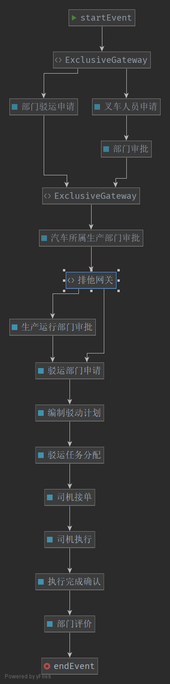
This is src/main/resources/activiti/flatCarPlanTask.png from Dillon-Duke/jiangnanship, a BPMN export, as it was before one commit. Its source is kept beside it as src/main/resources/activiti/flatCarPlanTask.bpmn. Ids are renumbered.
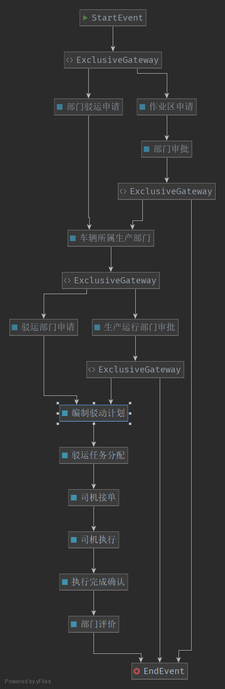
After the commit.

Change to the diagram source:
```diff
@@ -13,46 +13,73 @@
              typeLanguage="http://www.w3.org/2001/XMLSchema">
-   <process id="flatCarPlanTask" isClosed="false" isExecutable="true"
-            name="平板车计划流程申请"
+   <process xmlns="" id="latCarPlanTask" isClosed="false" isExecutable="true"
+            name="平板车计划任务申请"
             processType="None">
-      <startEvent id="_2" name="startEvent"/>
-      <userTask activiti:assignee="司机" activiti:exclusive="true" id="_3" name="叉车人员申请"/>
-      <userTask activiti:exclusive="true" id="_4" name="部门审批"/>
-      <sequenceFlow id="_6" sourceRef="_3" targetRef="_4"/>
-      <userTask activiti:exclusive="true" id="_7" name="部门驳运申请"/>
-      <userTask activiti:exclusive="true" id="_11" name="汽车所属生产部门审批"/>
-      <exclusiveGateway gatewayDirection="Unspecified" id="_14" name="排他网关"/>
-      <userTask activiti:exclusive="true" id="_15" name="生产运行部门审批"/>
-      <userTask activiti:exclusive="true" id="_16" name="驳运部门申请"/>
-      <sequenceFlow id="_17" name="汽车生产部门不同意审批" sourceRef="_14" targetRef="_15">
-         <conditionExpression xsi:type="tFormalExpression">
-        </conditionExpression>
+      <startEvent id="_2" name="StartEvent"/>
+      <endEvent id="_3" name="EndEvent"/>
+      <userTask activiti:assignee="${operationAreaName}" activiti:exclusive="true" id="_4"
+                name="作业区申请"/>
+      <userTask activiti:assignee="${deptTransName}" activiti:exclusive="true" id="_5"
+                name="部门驳运申请"/>
+      <exclusiveGateway gatewayDirection="Unspecified" id="_6" name="ExclusiveGateway"/>
+      <sequenceFlow id="_7" sourceRef="_2" targetRef="_6"/>
+      <sequenceFlow id="_8" sourceRef="_6" targetRef="_4">
+         <conditionExpression xsi:type="tFormalExpression">${dept == '作业区申请'}</conditionExpression>
       </sequenceFlow>
-      <sequenceFlow id="_18" name="汽车生产部门同意审批" sourceRef="_14" targetRef="_16">
-         <conditionExpression xsi:type="tFormalExpression">
-        </conditionExpression>
+      <sequenceFlow id="_9" sourceRef="_6" targetRef="_5">
+         <conditionExpression xsi:type="tFormalExpression">${dept == '部门驳运申请'}</conditionExpression>
       </sequenceFlow>
-      <sequenceFlow id="_19" sourceRef="_15" targetRef="_16"/>
-      <sequenceFlow id="_20" sourceRef="_11" targetRef="_14"/>
-      <userTask activiti:exclusive="true" id="_21" name="编制驳动计划"/>
-      <sequenceFlow id="_22" sourceRef="_16" targetRef="_21"/>
-      <userTask activiti:exclusive="true" id="_23" name="驳运任务分配"/>
-      <sequenceFlow id="_24" sourceRef="_21" targetRef="_23"/>
-      <userTask activiti:exclusive="true" id="_25" name="司机接单"/>
-      <sequenceFlow id="_26" sourceRef="_23" targetRef="_25"/>
-      <userTask activiti:exclusive="true" id="_27" name="司机执行"/>
-      <userTask activiti:exclusive="true" id="_28" name="执行完成确认"/>
-      <userTask activiti:exclusive="true" id="_29" name="部门评价"/>
-      <endEvent id="_31" name="endEvent"/>
-      <sequenceFlow id="_32" sourceRef="_25" targetRef="_27"/>
-      <sequenceFlow id="_33" sourceRef="_29" targetRef="_31"/>
-      <sequenceFlow id="_34" sourceRef="_28" targetRef="_29"/>
-      <sequenceFlow id="_35" sourceRef="_27" targetRef="_28"/>
-      <exclusiveGateway gatewayDirection="Unspecified" id="_30" name="ExclusiveGateway"/>
+      <userTask activiti:assignee="${deptApproval}" activiti:exclusive="true" id="_10"
+                name="部门审批"/>
+      <sequenceFlow id="_11" sourceRef="_4" targetRef="_10"/>
+      <userTask activiti:assignee="${prodDepartOfCar}" activiti:exclusive="true" id="_12"
+                name="车辆所属生产部门"/>
+      <sequenceFlow id="_13" sourceRef="_5" targetRef="_12"/>
+      <exclusiveGateway gatewayDirection="Unspecified" id="_15" name="ExclusiveGateway"/>
+      <sequenceFlow id="_16" sourceRef="_12" targetRef="_15"/>
+      <userTask activiti:assignee="${ProdAndOperDepartApproval}" activiti:exclusive="true"
+                id="_17"
+                name="生产运行部门审批"/>
+      <userTask activiti:assignee="${tranDeptApproval}" activiti:exclusive="true" id="_18"
+                name="驳运部门申请"/>
+      <sequenceFlow id="_19" sourceRef="_15" targetRef="_17">
+         <conditionExpression xsi:type="tFormalExpression">${ProdAndOperDepartOpin == '否'}</conditionExpression>
+      </sequenceFlow>
+      <sequenceFlow id="_20" sourceRef="_15" targetRef="_18">
+         <conditionExpression xsi:type="tFormalExpression">${ProdAndOperDepartOpin == '是'}</conditionExpression>
+      </sequenceFlow>
+      <userTask activiti:assignee="${prepareTranPlan}" activiti:exclusive="true" id="_21"
+                name="编制驳动计划"/>
+      <sequenceFlow id="_22" sourceRef="_18" targetRef="_21"/>
+      <userTask activiti:assignee="${tranTaskDistribut}" activiti:exclusive="true" id="_24"
+                name="驳运任务分配"/>
+      <sequenceFlow id="_25" sourceRef="_21" targetRef="_24"/>
+      <userTask activiti:assignee="${driverOrderTaking}" activiti:exclusive="true" id="_26"
+                name="司机接单"/>
+      <sequenceFlow id="_27" sourceRef="_24" targetRef="_26"/>
+      <userTask activiti:assignee="${driverTaking}" activiti:exclusive="true" id="_28"
+                name="司机执行"/>
+      <userTask activiti:assignee="${complateConfirm}" activiti:exclusive="true" id="_29"
+                name="执行完成确认"/>
+      <userTask activiti:assignee="${deptEvaluate}" activiti:exclusive="true" id="_30"
+                name="部门评价"/>
+      <sequenceFlow id="_31" sourceRef="_26" targetRef="_28"/>
+      <sequenceFlow id="_32" sourceRef="_28" targetRef="_29"/>
+      <sequenceFlow id="_33" sourceRef="_29" targetRef="_30"/>
+      <sequenceFlow id="_34" sourceRef="_30" targetRef="_3"/>
+      <exclusiveGateway gatewayDirection="Unspecified" id="_35" name="ExclusiveGateway"/>
       <exclusiveGateway gatewayDirection="Unspecified" id="_36" name="ExclusiveGateway"/>
-      <sequenceFlow id="_37" sourceRef="_30" targetRef="_11"/>
-      <sequenceFlow id="_38" sourceRef="_4" targetRef="_30"/>
-      <sequenceFlow id="_39" sourceRef="_7" targetRef="_30"/>
-      <sequenceFlow id="_40" sourceRef="_2" targetRef="_36"/>
-      <sequenceFlow id="_41" sourceRef="_36" targetRef="_3"/>
-      <sequenceFlow id="_5" sourceRef="_36" targetRef="_7"/>
+      <sequenceFlow id="_37" sourceRef="_10" targetRef="_35"/>
+      <sequenceFlow id="_38" sourceRef="_35" targetRef="_12">
+         <conditionExpression xsi:type="tFormalExpression">${deptApprovalOpinion == '同意'}</conditionExpression>
+      </sequenceFlow>
+      <sequenceFlow id="_39" sourceRef="_35" targetRef="_3">
+         <conditionExpression xsi:type="tFormalExpression">${deptApprovalOpinion == '不同意'}</conditionExpression>
+      </sequenceFlow>
+      <sequenceFlow id="_40" sourceRef="_17" targetRef="_36"/>
+      <sequenceFlow id="_41" sourceRef="_36" targetRef="_21">
+         <conditionExpression xsi:type="tFormalExpression">${ProdAndOperDepartApprovalOpinion == '同意'}</conditionExpression>
+      </sequenceFlow>
+      <sequenceFlow id="_42" sourceRef="_36" targetRef="_3">
+         <conditionExpression xsi:type="tFormalExpression">${ProdAndOperDepartApprovalOpinion == '不同意'}</conditionExpression>
+      </sequenceFlow>
    </process>
@@ -62,5 +89,5 @@
                        name="New Diagram">
-      <bpmndi:BPMNPlane bpmnElement="flatCarPlanTask">
+      <bpmndi:BPMNPlane bpmnElement="latCarPlanTask">
          <bpmndi:BPMNShape bpmnElement="_2" id="Shape-_2">
-            <dc:Bounds height="32.0" width="32.0" x="150.0" y="5.0"/>
+            <dc:Bounds height="32.0" width="32.0" x="25.0" y="90.0"/>
             <bpmndi:BPMNLabel>
@@ -70,3 +97,9 @@
          <bpmndi:BPMNShape bpmnElement="_3" id="Shape-_3">
-            <dc:Bounds height="55.0" width="85.0" x="60.0" y="130.0"/>
+            <dc:Bounds height="32.0" width="32.0" x="380.0" y="405.0"/>
+            <bpmndi:BPMNLabel>
+               <dc:Bounds height="32.0" width="32.0" x="0.0" y="0.0"/>
+            </bpmndi:BPMNLabel>
+         </bpmndi:BPMNShape>
+         <bpmndi:BPMNShape bpmnElement="_4" id="Shape-_4">
+            <dc:Bounds height="55.0" width="85.0" x="205.0" y="135.0"/>
             <bpmndi:BPMNLabel>
@@ -75,4 +108,4 @@
          </bpmndi:BPMNShape>
-         <bpmndi:BPMNShape bpmnElement="_4" id="Shape-_4">
-            <dc:Bounds height="55.0" width="85.0" x="60.0" y="210.0"/>
+         <bpmndi:BPMNShape bpmnElement="_5" id="Shape-_5">
+            <dc:Bounds height="55.0" width="85.0" x="210.0" y="35.0"/>
             <bpmndi:BPMNLabel>
@@ -81,4 +114,10 @@
          </bpmndi:BPMNShape>
-         <bpmndi:BPMNShape bpmnElement="_7" id="Shape-_7">
-            <dc:Bounds height="55.0" width="85.0" x="215.0" y="145.0"/>
+         <bpmndi:BPMNShape bpmnElement="_6" id="Shape-_6" isMarkerVisible="false">
+            <dc:Bounds height="32.0" width="32.0" x="100.0" y="90.0"/>
+            <bpmndi:BPMNLabel>
+               <dc:Bounds height="32.0" width="32.0" x="0.0" y="0.0"/>
+            </bpmndi:BPMNLabel>
+         </bpmndi:BPMNShape>
+         <bpmndi:BPMNShape bpmnElement="_10" id="Shape-_10">
+            <dc:Bounds height="55.0" width="85.0" x="205.0" y="220.0"/>
             <bpmndi:BPMNLabel>
@@ -87,4 +126,4 @@
          </bpmndi:BPMNShape>
-         <bpmndi:BPMNShape bpmnElement="_11" id="Shape-_11">
-            <dc:Bounds height="55.0" width="85.0" x="60.0" y="365.0"/>
+         <bpmndi:BPMNShape bpmnElement="_12" id="Shape-_12">
+            <dc:Bounds height="55.0" width="85.0" x="420.0" y="35.0"/>
             <bpmndi:BPMNLabel>
@@ -93,4 +132,4 @@
          </bpmndi:BPMNShape>
-         <bpmndi:BPMNShape bpmnElement="_14" id="Shape-_14" isMarkerVisible="false">
-            <dc:Bounds height="32.0" width="32.0" x="90.0" y="460.0"/>
+         <bpmndi:BPMNShape bpmnElement="_15" id="Shape-_15" isMarkerVisible="false">
+            <dc:Bounds height="32.0" width="32.0" x="540.0" y="95.0"/>
             <bpmndi:BPMNLabel>
@@ -99,4 +138,4 @@
          </bpmndi:BPMNShape>
-         <bpmndi:BPMNShape bpmnElement="_15" id="Shape-_15">
-            <dc:Bounds height="55.0" width="85.0" x="65.0" y="575.0"/>
+         <bpmndi:BPMNShape bpmnElement="_17" id="Shape-_17">
+            <dc:Bounds height="55.0" width="85.0" x="705.0" y="130.0"/>
             <bpmndi:BPMNLabel>
@@ -105,4 +144,4 @@
          </bpmndi:BPMNShape>
-         <bpmndi:BPMNShape bpmnElement="_16" id="Shape-_16">
-            <dc:Bounds height="55.0" width="85.0" x="65.0" y="660.0"/>
+         <bpmndi:BPMNShape bpmnElement="_18" id="Shape-_18">
+            <dc:Bounds height="55.0" width="85.0" x="730.0" y="40.0"/>
             <bpmndi:BPMNLabel>
@@ -112,3 +151,3 @@
          <bpmndi:BPMNShape bpmnElement="_21" id="Shape-_21">
-            <dc:Bounds height="55.0" width="85.0" x="65.0" y="750.0"/>
+            <dc:Bounds height="55.0" width="85.0" x="915.0" y="95.0"/>
             <bpmndi:BPMNLabel>
@@ -117,4 +156,4 @@
          </bpmndi:BPMNShape>
-         <bpmndi:BPMNShape bpmnElement="_23" id="Shape-_23">
-            <dc:Bounds height="55.0" width="85.0" x="70.0" y="835.0"/>
+         <bpmndi:BPMNShape bpmnElement="_24" id="Shape-_24">
+            <dc:Bounds height="55.0" width="85.0" x="915.0" y="200.0"/>
             <bpmndi:BPMNLabel>
@@ -123,10 +162,4 @@
          </bpmndi:BPMNShape>
-         <bpmndi:BPMNShape bpmnElement="_25" id="Shape-_25">
-            <dc:Bounds height="55.0" width="85.0" x="70.0" y="915.0"/>
-            <bpmndi:BPMNLabel>
-               <dc:Bounds height="55.0" width="85.0" x="0.0" y="0.0"/>
-            </bpmndi:BPMNLabel>
-         </bpmndi:BPMNShape>
-         <bpmndi:BPMNShape bpmnElement="_27" id="Shape-_27">
-            <dc:Bounds height="55.0" width="85.0" x="210.0" y="745.0"/>
+         <bpmndi:BPMNShape bpmnElement="_26" id="Shape-_26">
+            <dc:Bounds height="55.0" width="85.0" x="915.0" y="305.0"/>
             <bpmndi:BPMNLabel>
@@ -136,3 +169,3 @@
          <bpmndi:BPMNShape bpmnElement="_28" id="Shape-_28">
-            <dc:Bounds height="55.0" width="85.0" x="210.0" y="830.0"/>
+            <dc:Bounds height="55.0" width="85.0" x="915.0" y="395.0"/>
             <bpmndi:BPMNLabel>
@@ -142,3 +175,3 @@
          <bpmndi:BPMNShape bpmnElement="_29" id="Shape-_29">
-            <dc:Bounds height="55.0" width="85.0" x="215.0" y="905.0"/>
+            <dc:Bounds height="55.0" width="85.0" x="740.0" y="395.0"/>
             <bpmndi:BPMNLabel>
@@ -147,10 +180,10 @@
          </bpmndi:BPMNShape>
-         <bpmndi:BPMNShape bpmnElement="_31" id="Shape-_31">
-            <dc:Bounds height="32.0" width="32.0" x="240.0" y="1020.0"/>
+         <bpmndi:BPMNShape bpmnElement="_30" id="Shape-_30">
+            <dc:Bounds height="55.0" width="85.0" x="590.0" y="395.0"/>
             <bpmndi:BPMNLabel>
-               <dc:Bounds height="32.0" width="32.0" x="0.0" y="0.0"/>
+               <dc:Bounds height="55.0" width="85.0" x="0.0" y="0.0"/>
             </bpmndi:BPMNLabel>
          </bpmndi:BPMNShape>
-         <bpmndi:BPMNShape bpmnElement="_30" id="Shape-_30" isMarkerVisible="false">
-            <dc:Bounds height="32.0" width="32.0" x="85.0" y="295.0"/>
+         <bpmndi:BPMNShape bpmnElement="_35" id="Shape-_35" isMarkerVisible="false">
+            <dc:Bounds height="32.0" width="32.0" x="360.0" y="230.0"/>
             <bpmndi:BPMNLabel>
@@ -160,3 +193,3 @@
          <bpmndi:BPMNShape bpmnElement="_36" id="Shape-_36" isMarkerVisible="false">
-            <dc:Bounds height="32.0" width="32.0" x="150.0" y="55.0"/>
+            <dc:Bounds height="32.0" width="32.0" x="735.0" y="230.0"/>
             <bpmndi:BPMNLabel>
@@ -165,5 +198,5 @@
          </bpmndi:BPMNShape>
-         <bpmndi:BPMNEdge bpmnElement="_35" id="BPMNEdge__35" sourceElement="_27" targetElement="_28">
-            <di:waypoint x="252.5" y="800.0"/>
-            <di:waypoint x="252.5" y="830.0"/>
+         <bpmndi:BPMNEdge bpmnElement="_13" id="BPMNEdge__13" sourceElement="_5" targetElement="_12">
+            <di:waypoint x="295.0" y="62.5"/>
+            <di:waypoint x="420.0" y="62.5"/>
             <bpmndi:BPMNLabel>
@@ -172,5 +205,5 @@
          </bpmndi:BPMNEdge>
-         <bpmndi:BPMNEdge bpmnElement="_34" id="BPMNEdge__34" sourceElement="_28" targetElement="_29">
-            <di:waypoint x="255.0" y="885.0"/>
-            <di:waypoint x="255.0" y="905.0"/>
+         <bpmndi:BPMNEdge bpmnElement="_34" id="BPMNEdge__34" sourceElement="_30" targetElement="_3">
+            <di:waypoint x="590.0" y="422.5"/>
+            <di:waypoint x="412.0" y="421.0"/>
             <bpmndi:BPMNLabel>
@@ -179,5 +212,5 @@
          </bpmndi:BPMNEdge>
-         <bpmndi:BPMNEdge bpmnElement="_37" id="BPMNEdge__37" sourceElement="_30" targetElement="_11">
-            <di:waypoint x="101.0" y="327.0"/>
-            <di:waypoint x="101.0" y="365.0"/>
+         <bpmndi:BPMNEdge bpmnElement="_37" id="BPMNEdge__37" sourceElement="_10" targetElement="_35">
+            <di:waypoint x="290.0" y="247.5"/>
+            <di:waypoint x="360.0" y="246.0"/>
             <bpmndi:BPMNLabel>
@@ -186,5 +219,6 @@
          </bpmndi:BPMNEdge>
-         <bpmndi:BPMNEdge bpmnElement="_17" id="BPMNEdge__17" sourceElement="_14" targetElement="_15">
-            <di:waypoint x="106.0" y="492.0"/>
-            <di:waypoint x="106.0" y="575.0"/>
+         <bpmndi:BPMNEdge bpmnElement="_39" id="BPMNEdge__39" sourceElement="_35" targetElement="_3">
+            <di:waypoint x="392.0" y="246.0"/>
+            <di:waypoint x="400.0" y="320.0"/>
+            <di:waypoint x="400.0" y="405.5080666151703"/>
             <bpmndi:BPMNLabel>
@@ -193,6 +227,5 @@
          </bpmndi:BPMNEdge>
-         <bpmndi:BPMNEdge bpmnElement="_39" id="BPMNEdge__39" sourceElement="_7" targetElement="_30">
-            <di:waypoint x="260.0" y="200.0"/>
-            <di:waypoint x="260.0" y="310.0"/>
-            <di:waypoint x="116.0" y="310.0"/>
+         <bpmndi:BPMNEdge bpmnElement="_16" id="BPMNEdge__16" sourceElement="_12" targetElement="_15">
+            <di:waypoint x="505.0" y="62.5"/>
+            <di:waypoint x="540.0" y="111.0"/>
             <bpmndi:BPMNLabel>
@@ -201,5 +234,6 @@
          </bpmndi:BPMNEdge>
-         <bpmndi:BPMNEdge bpmnElement="_38" id="BPMNEdge__38" sourceElement="_4" targetElement="_30">
-            <di:waypoint x="101.0" y="265.0"/>
-            <di:waypoint x="101.0" y="295.0"/>
+         <bpmndi:BPMNEdge bpmnElement="_38" id="BPMNEdge__38" sourceElement="_35" targetElement="_12">
+            <di:waypoint x="392.0" y="246.0"/>
+            <di:waypoint x="465.0" y="150.0"/>
+            <di:waypoint x="465.0" y="90.0"/>
             <bpmndi:BPMNLabel>
@@ -208,5 +242,12 @@
          </bpmndi:BPMNEdge>
-         <bpmndi:BPMNEdge bpmnElement="_19" id="BPMNEdge__19" sourceElement="_15" targetElement="_16">
-            <di:waypoint x="107.5" y="630.0"/>
-            <di:waypoint x="107.5" y="660.0"/>
+         <bpmndi:BPMNEdge bpmnElement="_19" id="BPMNEdge__19" sourceElement="_15" targetElement="_17">
+            <di:waypoint x="572.0" y="111.0"/>
+            <di:waypoint x="705.0" y="157.5"/>
+            <bpmndi:BPMNLabel>
+               <dc:Bounds height="21.0" width="0.0" x="0.0" y="-13.0"/>
+            </bpmndi:BPMNLabel>
+         </bpmndi:BPMNEdge>
+         <bpmndi:BPMNEdge bpmnElement="_40" id="BPMNEdge__40" sourceElement="_17" targetElement="_36">
+            <di:waypoint x="751.0" y="185.0"/>
+            <di:waypoint x="751.0" y="230.0"/>
             <bpmndi:BPMNLabel>
@@ -215,6 +256,6 @@
          </bpmndi:BPMNEdge>
-         <bpmndi:BPMNEdge bpmnElement="_18" id="BPMNEdge__18" sourceElement="_14" targetElement="_16">
-            <di:waypoint x="122.0" y="476.0"/>
-            <di:waypoint x="205.0" y="445.0"/>
-            <di:waypoint x="150.0" y="687.5"/>
+         <bpmndi:BPMNEdge bpmnElement="_20" id="BPMNEdge__20" sourceElement="_15" targetElement="_18">
+            <di:waypoint x="555.0" y="96.0"/>
+            <di:waypoint x="555.0" y="70.0"/>
+            <di:waypoint x="730.0" y="70.0"/>
             <bpmndi:BPMNLabel>
@@ -223,5 +264,5 @@
          </bpmndi:BPMNEdge>
-         <bpmndi:BPMNEdge bpmnElement="_40" id="BPMNEdge__40" sourceElement="_2" targetElement="_36">
-            <di:waypoint x="166.0" y="37.0"/>
-            <di:waypoint x="166.0" y="55.0"/>
+         <bpmndi:BPMNEdge bpmnElement="_42" id="BPMNEdge__42" sourceElement="_36" targetElement="_3">
+            <di:waypoint x="735.0" y="246.0"/>
+            <di:waypoint x="412.0" y="421.0"/>
             <bpmndi:BPMNLabel>
@@ -230,5 +271,5 @@
          </bpmndi:BPMNEdge>
-         <bpmndi:BPMNEdge bpmnElement="_20" id="BPMNEdge__20" sourceElement="_11" targetElement="_14">
-            <di:waypoint x="106.0" y="420.0"/>
-            <di:waypoint x="106.0" y="460.0"/>
+         <bpmndi:BPMNEdge bpmnElement="_41" id="BPMNEdge__41" sourceElement="_36" targetElement="_21">
+            <di:waypoint x="767.0" y="246.0"/>
+            <di:waypoint x="915.0" y="122.5"/>
             <bpmndi:BPMNLabel>
@@ -237,6 +278,6 @@
          </bpmndi:BPMNEdge>
-         <bpmndi:BPMNEdge bpmnElement="_41" id="BPMNEdge__41" sourceElement="_36" targetElement="_3">
-            <di:waypoint x="150.0" y="71.0"/>
-            <di:waypoint x="100.0" y="110.0"/>
-            <di:waypoint x="100.0" y="130.0"/>
+         <bpmndi:BPMNEdge bpmnElement="_22" id="BPMNEdge__22" sourceElement="_18" targetElement="_21">
+            <di:waypoint x="815.0" y="65.0"/>
+            <di:waypoint x="960.0" y="65.0"/>
+            <di:waypoint x="960.0" y="95.0"/>
             <bpmndi:BPMNLabel>
@@ -245,5 +286,5 @@
          </bpmndi:BPMNEdge>
-         <bpmndi:BPMNEdge bpmnElement="_22" id="BPMNEdge__22" sourceElement="_16" targetElement="_21">
-            <di:waypoint x="107.5" y="715.0"/>
-            <di:waypoint x="107.5" y="750.0"/>
+         <bpmndi:BPMNEdge bpmnElement="_25" id="BPMNEdge__25" sourceElement="_21" targetElement="_24">
+            <di:waypoint x="957.5" y="150.0"/>
+            <di:waypoint x="957.5" y="200.0"/>
             <bpmndi:BPMNLabel>
@@ -252,5 +293,5 @@
          </bpmndi:BPMNEdge>
-         <bpmndi:BPMNEdge bpmnElement="_24" id="BPMNEdge__24" sourceElement="_21" targetElement="_23">
-            <di:waypoint x="110.0" y="805.0"/>
-            <di:waypoint x="110.0" y="835.0"/>
+         <bpmndi:BPMNEdge bpmnElement="_27" id="BPMNEdge__27" sourceElement="_24" targetElement="_26">
+            <di:waypoint x="957.5" y="255.0"/>
+            <di:waypoint x="957.5" y="305.0"/>
             <bpmndi:BPMNLabel>
@@ -259,5 +300,5 @@
          </bpmndi:BPMNEdge>
-         <bpmndi:BPMNEdge bpmnElement="_26" id="BPMNEdge__26" sourceElement="_23" targetElement="_25">
-            <di:waypoint x="112.5" y="890.0"/>
-            <di:waypoint x="112.5" y="915.0"/>
+         <bpmndi:BPMNEdge bpmnElement="_7" id="BPMNEdge__7" sourceElement="_2" targetElement="_6">
+            <di:waypoint x="57.0" y="106.0"/>
+            <di:waypoint x="100.0" y="106.0"/>
             <bpmndi:BPMNLabel>
@@ -266,6 +307,21 @@
          </bpmndi:BPMNEdge>
-         <bpmndi:BPMNEdge bpmnElement="_5" id="BPMNEdge__5" sourceElement="_36" targetElement="_7">
-            <di:waypoint x="182.0" y="71.0"/>
-            <di:waypoint x="260.0" y="100.0"/>
-            <di:waypoint x="260.0" y="145.0"/>
+         <bpmndi:BPMNEdge bpmnElement="_8" id="BPMNEdge__8" sourceElement="_6" targetElement="_4">
+            <di:waypoint x="115.0" y="121.0"/>
+            <di:waypoint x="115.0" y="130.0"/>
+            <di:waypoint x="205.0" y="162.5"/>
+            <bpmndi:BPMNLabel>
+               <dc:Bounds height="0.0" width="13.0" x="0.0" y="0.0"/>
+            </bpmndi:BPMNLabel>
+         </bpmndi:BPMNEdge>
+         <bpmndi:BPMNEdge bpmnElement="_9" id="BPMNEdge__9" sourceElement="_6" targetElement="_5">
+            <di:waypoint x="115.0" y="91.0"/>
+            <di:waypoint x="115.0" y="60.0"/>
+            <di:waypoint x="210.0" y="60.0"/>
+            <bpmndi:BPMNLabel>
+               <dc:Bounds height="0.0" width="12.0" x="0.0" y="0.0"/>
+            </bpmndi:BPMNLabel>
+         </bpmndi:BPMNEdge>
+         <bpmndi:BPMNEdge bpmnElement="_31" id="BPMNEdge__31" sourceElement="_26" targetElement="_28">
+            <di:waypoint x="957.5" y="360.0"/>
+            <di:waypoint x="957.5" y="395.0"/>
             <bpmndi:BPMNLabel>
@@ -274,5 +330,5 @@
          </bpmndi:BPMNEdge>
-         <bpmndi:BPMNEdge bpmnElement="_6" id="BPMNEdge__6" sourceElement="_3" targetElement="_4">
-            <di:waypoint x="102.5" y="185.0"/>
-            <di:waypoint x="102.5" y="210.0"/>
+         <bpmndi:BPMNEdge bpmnElement="_11" id="BPMNEdge__11" sourceElement="_4" targetElement="_10">
+            <di:waypoint x="247.5" y="190.0"/>
+            <di:waypoint x="247.5" y="220.0"/>
             <bpmndi:BPMNLabel>
@@ -281,5 +337,5 @@
          </bpmndi:BPMNEdge>
-         <bpmndi:BPMNEdge bpmnElement="_33" id="BPMNEdge__33" sourceElement="_29" targetElement="_31">
-            <di:waypoint x="256.0" y="960.0"/>
-            <di:waypoint x="256.0" y="1020.0"/>
+         <bpmndi:BPMNEdge bpmnElement="_33" id="BPMNEdge__33" sourceElement="_29" targetElement="_30">
+            <di:waypoint x="740.0" y="422.5"/>
+            <di:waypoint x="675.0" y="422.5"/>
             <bpmndi:BPMNLabel>
@@ -288,5 +344,5 @@
          </bpmndi:BPMNEdge>
-         <bpmndi:BPMNEdge bpmnElement="_32" id="BPMNEdge__32" sourceElement="_25" targetElement="_27">
-            <di:waypoint x="155.0" y="942.5"/>
-            <di:waypoint x="210.0" y="772.5"/>
+         <bpmndi:BPMNEdge bpmnElement="_32" id="BPMNEdge__32" sourceElement="_28" targetElement="_29">
+            <di:waypoint x="915.0" y="422.5"/>
+            <di:waypoint x="825.0" y="422.5"/>
             <bpmndi:BPMNLabel>
```
